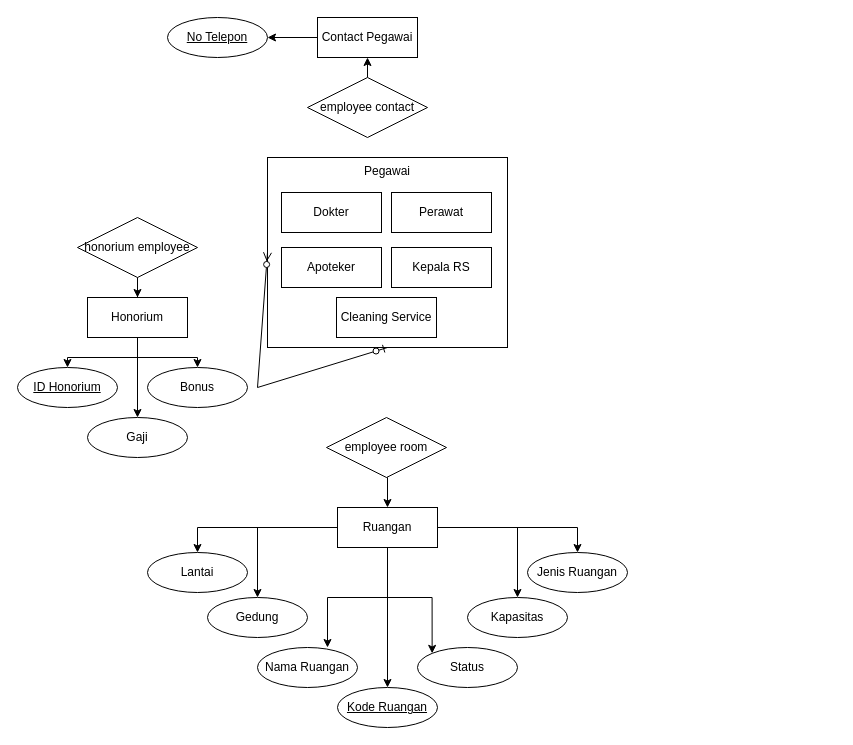
This is Diagram Tanpa Judul.drawio from lsawfa/ERD-BasisData, a draw.io file, before an edit. Source tidied: cells renumbered, new cells numbered last; positions are measured from the earlier drawing's top-left corner, leaving out a move shared by most shapes. Both pictures are drawn from the tidied source at 100%, with x=0, y=0 at pixel (17, 17).
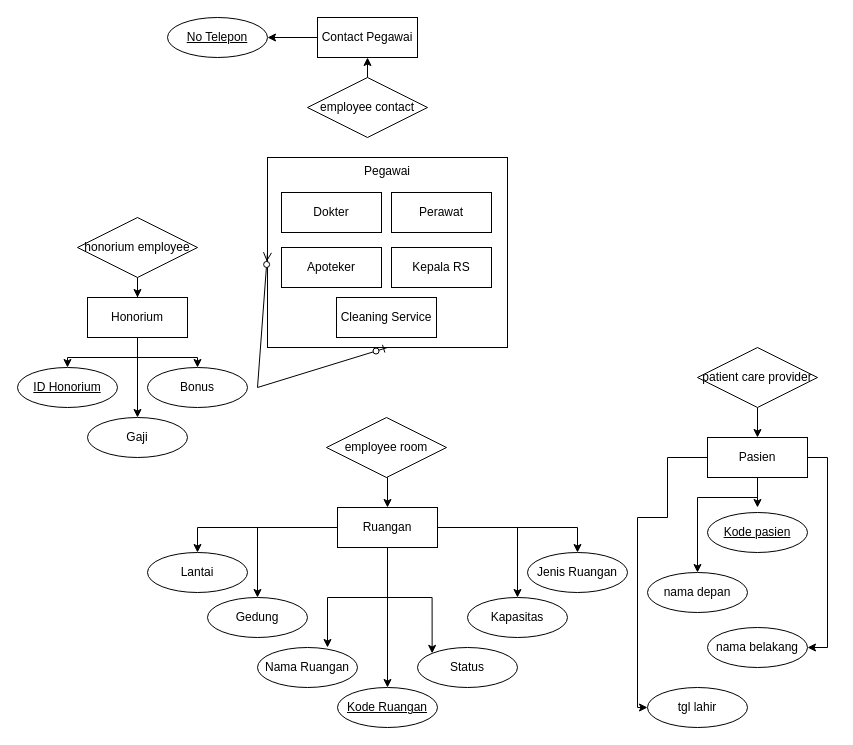
After the change.

The edit, as a diff of the source:
```diff
@@
+    <mxCell id="40" style="edgeStyle=orthogonalEdgeStyle;rounded=0;jettySize=auto;html=1;" parent="1" edge="1" source="41" target="46">
+      <mxGeometry relative="1" as="geometry" />
+    </mxCell>
+    <mxCell id="41" value="patient care provider" style="shape=rhombus;perimeter=rhombusPerimeter;whiteSpace=wrap;html=1;align=center;" parent="1" vertex="1">
+      <mxGeometry x="680" y="330" width="120" height="60" as="geometry" />
+    </mxCell>
+    <mxCell id="42" style="edgeStyle=orthogonalEdgeStyle;rounded=0;jettySize=auto;html=1;" parent="1" edge="1" source="46">
+      <mxGeometry relative="1" as="geometry">
+        <mxPoint x="740" y="490" as="targetPoint" />
+      </mxGeometry>
+    </mxCell>
+    <mxCell id="43" style="edgeStyle=orthogonalEdgeStyle;rounded=0;jettySize=auto;html=1;entryX=0.5;entryY=0;entryDx=0;entryDy=0;" parent="1" edge="1" source="46" target="48">
+      <mxGeometry relative="1" as="geometry">
+        <Array as="points">
+          <mxPoint x="740" y="480" />
+          <mxPoint x="680" y="480" />
+        </Array>
+      </mxGeometry>
+    </mxCell>
+    <mxCell id="44" style="edgeStyle=orthogonalEdgeStyle;rounded=0;jettySize=auto;html=1;entryX=1;entryY=0.5;entryDx=0;entryDy=0;" parent="1" edge="1" source="46" target="49">
+      <mxGeometry relative="1" as="geometry">
+        <Array as="points">
+          <mxPoint x="810" y="440" />
+          <mxPoint x="810" y="630" />
+        </Array>
+      </mxGeometry>
+    </mxCell>
+    <mxCell id="45" style="edgeStyle=orthogonalEdgeStyle;rounded=0;jettySize=auto;html=1;entryX=0;entryY=0.5;entryDx=0;entryDy=0;" parent="1" edge="1" source="46" target="50">
+      <mxGeometry relative="1" as="geometry">
+        <Array as="points">
+          <mxPoint x="650" y="440" />
+          <mxPoint x="650" y="500" />
+          <mxPoint x="620" y="500" />
+          <mxPoint x="620" y="690" />
+        </Array>
+      </mxGeometry>
+    </mxCell>
+    <mxCell id="46" value="Pasien" style="whiteSpace=wrap;html=1;align=center;" parent="1" vertex="1">
+      <mxGeometry x="690" y="420" width="100" height="40" as="geometry" />
+    </mxCell>
+    <mxCell id="47" value="Kode pasien" style="ellipse;whiteSpace=wrap;html=1;align=center;fontStyle=4;" parent="1" vertex="1">
+      <mxGeometry x="690" y="495" width="100" height="40" as="geometry" />
+    </mxCell>
+    <mxCell id="48" value="nama depan" style="ellipse;whiteSpace=wrap;html=1;align=center;" parent="1" vertex="1">
+      <mxGeometry x="630" y="555" width="100" height="40" as="geometry" />
+    </mxCell>
+    <mxCell id="49" value="nama belakang" style="ellipse;whiteSpace=wrap;html=1;align=center;" parent="1" vertex="1">
+      <mxGeometry x="690" y="610" width="100" height="40" as="geometry" />
+    </mxCell>
+    <mxCell id="50" value="tgl lahir" style="ellipse;whiteSpace=wrap;html=1;align=center;" parent="1" vertex="1">
+      <mxGeometry x="630" y="670" width="100" height="40" as="geometry" />
+    </mxCell>
```
